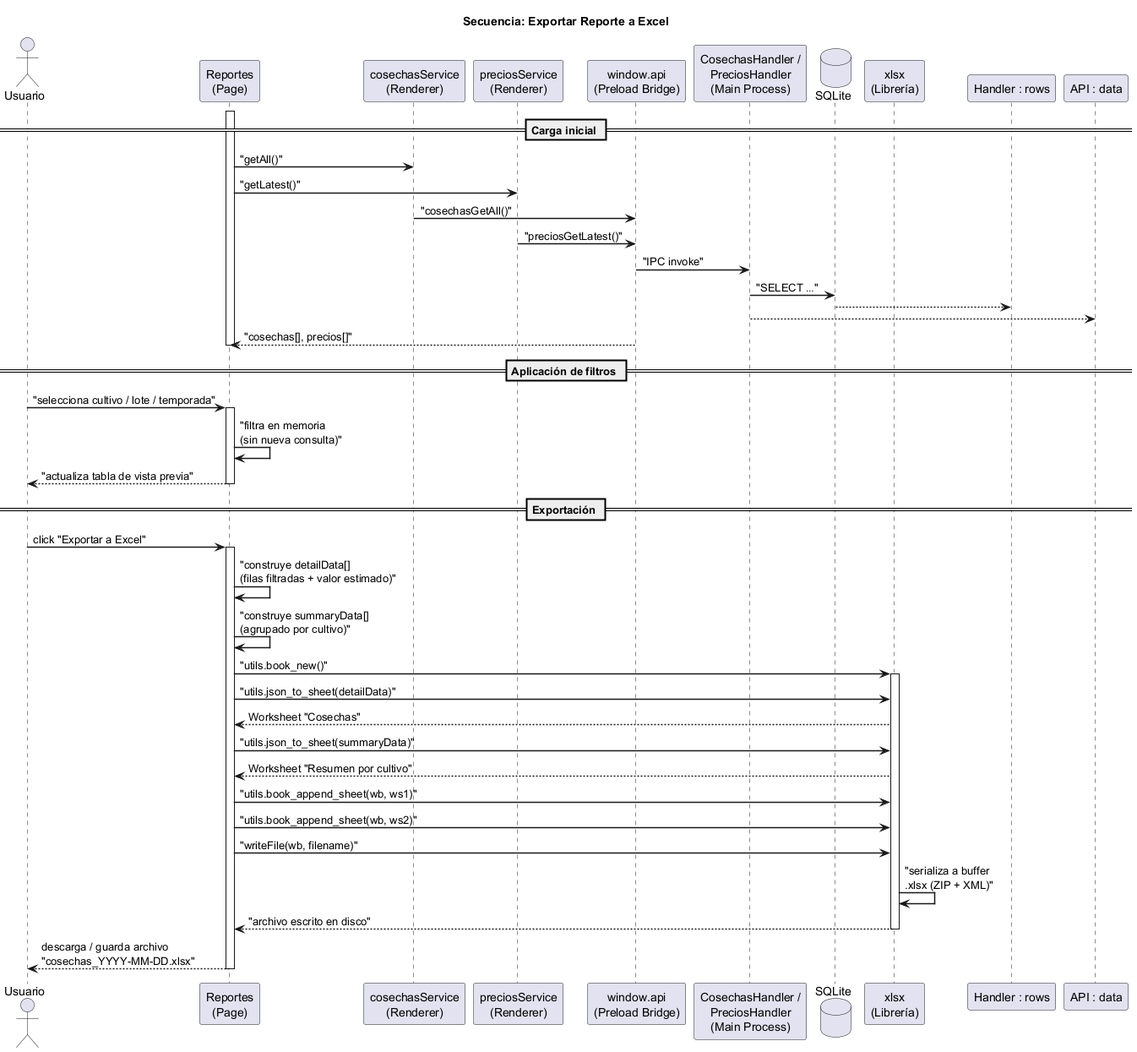
Above: docs/diagrams/render/sequence-export-excel.png in punteroo/agro-don-felix (PlantUML), before the change. The source it was exported from:
```plantuml
@startuml sequence-export-excel
title "Secuencia: Exportar Reporte a Excel"

skinparam sequenceArrowThickness 1.5
skinparam shadowing false

actor Usuario as U
participant "Reportes\n(Page)" as Page
participant "cosechasService\n(Renderer)" as CosechaSvc
participant "preciosService\n(Renderer)" as PrecioSvc
participant "window.api\n(Preload Bridge)" as API
participant "CosechasHandler /\nPreciosHandler\n(Main Process)" as Handler
database "SQLite" as DB
participant "xlsx\n(Librería)" as XLSX

== Carga inicial ==
activate Page
Page -> CosechaSvc: "getAll()"
Page -> PrecioSvc: "getLatest()"
CosechaSvc -> API: "cosechasGetAll()"
PrecioSvc -> API: "preciosGetLatest()"
API -> Handler: "IPC invoke"
Handler -> DB: "SELECT …"
DB --> "Handler : rows"
Handler --> "API : data"
API --> Page: "cosechas[], precios[]"
deactivate Page

== Aplicación de filtros ==
U -> Page: "selecciona cultivo / lote / temporada"
activate Page
Page -> Page: "filtra en memoria\n(sin nueva consulta)"
Page --> U: "actualiza tabla de vista previa"
deactivate Page

== Exportación ==
U -> Page : click "Exportar a Excel"
activate Page

Page -> Page: "construye detailData[]\n(filas filtradas + valor estimado)"
Page -> Page: "construye summaryData[]\n(agrupado por cultivo)"

Page -> XLSX: "utils.book_new()"
activate XLSX
Page -> XLSX: "utils.json_to_sheet(detailData)"
XLSX --> Page : Worksheet "Cosechas"
Page -> XLSX: "utils.json_to_sheet(summaryData)"
XLSX --> Page : Worksheet "Resumen por cultivo"
Page -> XLSX: "utils.book_append_sheet(wb, ws1)"
Page -> XLSX: "utils.book_append_sheet(wb, ws2)"
Page -> XLSX: "writeFile(wb, filename)"
XLSX -> XLSX: "serializa a buffer\n.xlsx (ZIP + XML)"
XLSX --> Page: "archivo escrito en disco"
deactivate XLSX

Page --> U : descarga / guarda archivo\n"cosechas_YYYY-MM-DD.xlsx"
deactivate Page

@enduml
```
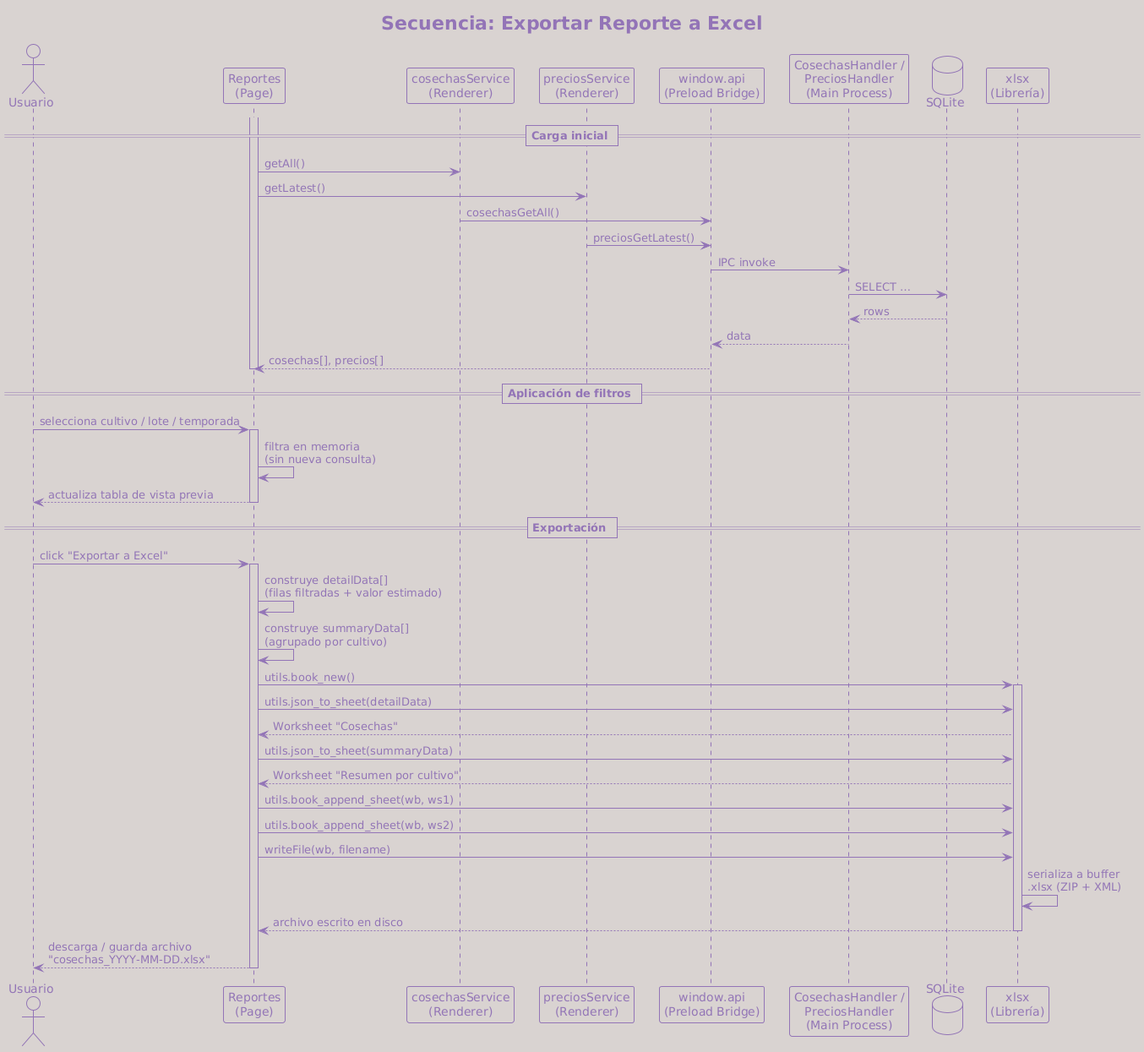
Later version of the same file.

The edit, as a diff of the source:
```diff
@@ -1,8 +1,10 @@
-@startuml sequence-export-excel
-title "Secuencia: Exportar Reporte a Excel"
+@startuml
+title Secuencia: Exportar Reporte a Excel
 
 skinparam sequenceArrowThickness 1.5
 skinparam shadowing false
+
+!theme mimeograph
 
 actor Usuario as U
 participant "Reportes\n(Page)" as Page
@@ -15,45 +17,44 @@
 
 == Carga inicial ==
 activate Page
-Page -> CosechaSvc: "getAll()"
-Page -> PrecioSvc: "getLatest()"
-CosechaSvc -> API: "cosechasGetAll()"
-PrecioSvc -> API: "preciosGetLatest()"
-API -> Handler: "IPC invoke"
-Handler -> DB: "SELECT …"
-DB --> "Handler : rows"
-Handler --> "API : data"
-API --> Page: "cosechas[], precios[]"
+Page -> CosechaSvc : getAll()
+Page -> PrecioSvc  : getLatest()
+CosechaSvc -> API : cosechasGetAll()
+PrecioSvc  -> API : preciosGetLatest()
+API -> Handler : IPC invoke
+Handler -> DB : SELECT …
+DB --> Handler : rows
+Handler --> API : data
+API --> Page : cosechas[], precios[]
 deactivate Page
 
 == Aplicación de filtros ==
-U -> Page: "selecciona cultivo / lote / temporada"
+U -> Page : selecciona cultivo / lote / temporada
 activate Page
-Page -> Page: "filtra en memoria\n(sin nueva consulta)"
-Page --> U: "actualiza tabla de vista previa"
+Page -> Page : filtra en memoria\n(sin nueva consulta)
+Page --> U : actualiza tabla de vista previa
 deactivate Page
 
 == Exportación ==
 U -> Page : click "Exportar a Excel"
 activate Page
 
-Page -> Page: "construye detailData[]\n(filas filtradas + valor estimado)"
-Page -> Page: "construye summaryData[]\n(agrupado por cultivo)"
+Page -> Page : construye detailData[]\n(filas filtradas + valor estimado)
+Page -> Page : construye summaryData[]\n(agrupado por cultivo)
 
-Page -> XLSX: "utils.book_new()"
+Page -> XLSX : utils.book_new()
 activate XLSX
-Page -> XLSX: "utils.json_to_sheet(detailData)"
+Page -> XLSX : utils.json_to_sheet(detailData)
 XLSX --> Page : Worksheet "Cosechas"
-Page -> XLSX: "utils.json_to_sheet(summaryData)"
+Page -> XLSX : utils.json_to_sheet(summaryData)
 XLSX --> Page : Worksheet "Resumen por cultivo"
-Page -> XLSX: "utils.book_append_sheet(wb, ws1)"
-Page -> XLSX: "utils.book_append_sheet(wb, ws2)"
-Page -> XLSX: "writeFile(wb, filename)"
-XLSX -> XLSX: "serializa a buffer\n.xlsx (ZIP + XML)"
-XLSX --> Page: "archivo escrito en disco"
+Page -> XLSX : utils.book_append_sheet(wb, ws1)
+Page -> XLSX : utils.book_append_sheet(wb, ws2)
+Page -> XLSX : writeFile(wb, filename)
+XLSX -> XLSX : serializa a buffer\n.xlsx (ZIP + XML)
+XLSX --> Page : archivo escrito en disco
 deactivate XLSX
 
 Page --> U : descarga / guarda archivo\n"cosechas_YYYY-MM-DD.xlsx"
 deactivate Page
-
 @enduml
```
